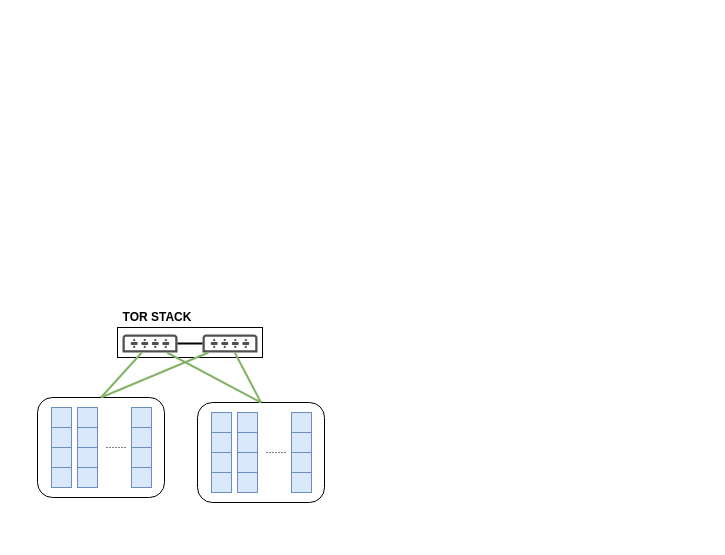
The draw.io diagram Cloud architecture.drawio in sugchand/drawio, before the edit. Source tidied: cells renumbered, new cells numbered last; positions are measured from the earlier drawing's top-left corner, leaving out a move shared by most shapes. Both pictures are drawn from the tidied source at 100%, with x=0, y=0 at pixel (37, 307).
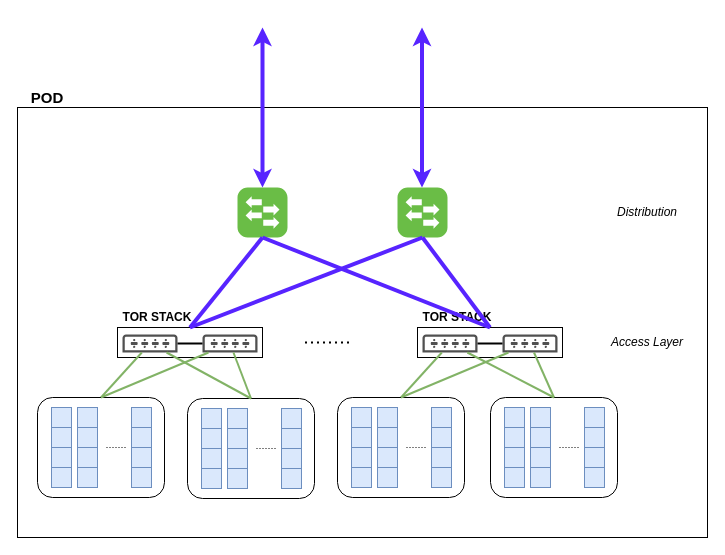
The same page after the edit.

Unchanged cells that the change refers to:
```xml
<mxCell id="3" style="rounded=0;whiteSpace=wrap;html=1;strokeColor=#000000;" parent="2" vertex="1">
  <mxGeometry width="145" height="30" as="geometry" />
</mxCell>
```

Diff of the diagram source:
```diff
@@
+    <mxCell id="50" style="rounded=0;whiteSpace=wrap;html=1;strokeColor=#000000;" parent="1" vertex="1">
+      <mxGeometry x="-20" y="-200" width="690" height="430" as="geometry" />
+    </mxCell>
@@
     <mxCell id="27" style="group;" parent="1" vertex="1">
-      <mxGeometry x="160" y="95" width="130" height="100" as="geometry" />
+      <mxGeometry x="150" y="91" width="130" height="100" as="geometry" />
     </mxCell>
@@
+    <mxCell id="51" style="group;" parent="1" vertex="1">
+      <mxGeometry x="380" y="20" width="145" height="30" as="geometry" />
+    </mxCell>
+    <mxCell id="52" style="rounded=0;whiteSpace=wrap;html=1;strokeColor=#000000;" parent="51" vertex="1">
+      <mxGeometry width="145" height="30" as="geometry" />
+    </mxCell>
+    <mxCell id="53" style="shadow=0;dashed=0;html=1;strokeColor=none;fillColor=#505050;labelPosition=center;verticalLabelPosition=bottom;verticalAlign=top;outlineConnect=0;align=center;shape=mxgraph.office.devices.switch;" parent="51" vertex="1">
+      <mxGeometry x="5" y="7" width="55" height="18" as="geometry" />
+    </mxCell>
+    <mxCell id="54" style="shadow=0;dashed=0;html=1;strokeColor=none;fillColor=#505050;labelPosition=center;verticalLabelPosition=bottom;verticalAlign=top;outlineConnect=0;align=center;shape=mxgraph.office.devices.switch;" parent="51" vertex="1">
+      <mxGeometry x="85" y="7" width="55" height="18" as="geometry" />
+    </mxCell>
+    <mxCell id="55" style="endArrow=none;html=1;strokeWidth=2;" parent="51" edge="1" source="53" target="54">
+      <mxGeometry relative="1" as="geometry" />
+    </mxCell>
+    <mxCell id="56" value="&lt;b&gt;TOR STACK&lt;/b&gt;" style="text;html=1;strokeColor=none;fillColor=none;align=center;verticalAlign=middle;whiteSpace=wrap;rounded=0;" parent="1" vertex="1">
+      <mxGeometry x="380" width="80" height="20" as="geometry" />
+    </mxCell>
+    <mxCell id="57" style="group;" parent="1" vertex="1">
+      <mxGeometry x="300" y="90" width="130" height="100" as="geometry" />
+    </mxCell>
+    <mxCell id="58" style="rounded=1;whiteSpace=wrap;html=1;strokeColor=#000000;" parent="57" vertex="1">
+      <mxGeometry width="127" height="100" as="geometry" />
+    </mxCell>
+    <mxCell id="59" style="group;" parent="57" vertex="1">
+      <mxGeometry x="14" y="10" width="116" height="90" as="geometry" />
+    </mxCell>
+    <mxCell id="60" style="group;" parent="59" vertex="1">
+      <mxGeometry width="20" height="80" as="geometry" />
+    </mxCell>
+    <mxCell id="61" style="whiteSpace=wrap;html=1;strokeColor=#6c8ebf;fillColor=#dae8fc;" parent="60" vertex="1">
+      <mxGeometry width="20" height="20" as="geometry" />
+    </mxCell>
+    <mxCell id="62" style="whiteSpace=wrap;html=1;strokeColor=#6c8ebf;fillColor=#dae8fc;" parent="60" vertex="1">
+      <mxGeometry y="20" width="20" height="20" as="geometry" />
+    </mxCell>
+    <mxCell id="63" style="whiteSpace=wrap;html=1;strokeColor=#6c8ebf;fillColor=#dae8fc;" parent="60" vertex="1">
+      <mxGeometry y="40" width="20" height="20" as="geometry" />
+    </mxCell>
+    <mxCell id="64" style="whiteSpace=wrap;html=1;strokeColor=#6c8ebf;fillColor=#dae8fc;" parent="60" vertex="1">
+      <mxGeometry y="60" width="20" height="20" as="geometry" />
+    </mxCell>
+    <mxCell id="65" style="group;" parent="59" vertex="1">
+      <mxGeometry x="26" width="90" height="90" as="geometry" />
+    </mxCell>
+    <mxCell id="66" style="whiteSpace=wrap;html=1;strokeColor=#6c8ebf;fillColor=#dae8fc;" parent="65" vertex="1">
+      <mxGeometry width="20" height="20" as="geometry" />
+    </mxCell>
+    <mxCell id="67" style="whiteSpace=wrap;html=1;strokeColor=#6c8ebf;fillColor=#dae8fc;" parent="65" vertex="1">
+      <mxGeometry y="20" width="20" height="20" as="geometry" />
+    </mxCell>
+    <mxCell id="68" style="whiteSpace=wrap;html=1;strokeColor=#6c8ebf;fillColor=#dae8fc;" parent="65" vertex="1">
+      <mxGeometry y="40" width="20" height="20" as="geometry" />
+    </mxCell>
+    <mxCell id="69" style="whiteSpace=wrap;html=1;strokeColor=#6c8ebf;fillColor=#dae8fc;" parent="65" vertex="1">
+      <mxGeometry y="60" width="20" height="20" as="geometry" />
+    </mxCell>
+    <mxCell id="70" style="endArrow=none;dashed=1;html=1;strokeWidth=1;dashPattern=1 2;" parent="59" edge="1">
+      <mxGeometry relative="1" as="geometry">
+        <mxPoint x="55" y="40" as="sourcePoint" />
+        <mxPoint x="75" y="40" as="targetPoint" />
+      </mxGeometry>
+    </mxCell>
+    <mxCell id="71" style="group;" parent="59" vertex="1">
+      <mxGeometry x="80" width="20" height="80" as="geometry" />
+    </mxCell>
+    <mxCell id="72" style="whiteSpace=wrap;html=1;strokeColor=#6c8ebf;fillColor=#dae8fc;" parent="71" vertex="1">
+      <mxGeometry width="20" height="20" as="geometry" />
+    </mxCell>
+    <mxCell id="73" style="whiteSpace=wrap;html=1;strokeColor=#6c8ebf;fillColor=#dae8fc;" parent="71" vertex="1">
+      <mxGeometry y="20" width="20" height="20" as="geometry" />
+    </mxCell>
+    <mxCell id="74" style="whiteSpace=wrap;html=1;strokeColor=#6c8ebf;fillColor=#dae8fc;" parent="71" vertex="1">
+      <mxGeometry y="40" width="20" height="20" as="geometry" />
+    </mxCell>
+    <mxCell id="75" style="whiteSpace=wrap;html=1;strokeColor=#6c8ebf;fillColor=#dae8fc;" parent="71" vertex="1">
+      <mxGeometry y="60" width="20" height="20" as="geometry" />
+    </mxCell>
+    <mxCell id="76" style="group;" parent="1" vertex="1">
+      <mxGeometry x="453" y="90" width="130" height="100" as="geometry" />
+    </mxCell>
+    <mxCell id="77" style="rounded=1;whiteSpace=wrap;html=1;strokeColor=#000000;" parent="76" vertex="1">
+      <mxGeometry width="127" height="100" as="geometry" />
+    </mxCell>
+    <mxCell id="78" style="group;" parent="76" vertex="1">
+      <mxGeometry x="14" y="10" width="116" height="90" as="geometry" />
+    </mxCell>
+    <mxCell id="79" style="group;" parent="78" vertex="1">
+      <mxGeometry width="20" height="80" as="geometry" />
+    </mxCell>
+    <mxCell id="80" style="whiteSpace=wrap;html=1;strokeColor=#6c8ebf;fillColor=#dae8fc;" parent="79" vertex="1">
+      <mxGeometry width="20" height="20" as="geometry" />
+    </mxCell>
+    <mxCell id="81" style="whiteSpace=wrap;html=1;strokeColor=#6c8ebf;fillColor=#dae8fc;" parent="79" vertex="1">
+      <mxGeometry y="20" width="20" height="20" as="geometry" />
+    </mxCell>
+    <mxCell id="82" style="whiteSpace=wrap;html=1;strokeColor=#6c8ebf;fillColor=#dae8fc;" parent="79" vertex="1">
+      <mxGeometry y="40" width="20" height="20" as="geometry" />
+    </mxCell>
+    <mxCell id="83" style="whiteSpace=wrap;html=1;strokeColor=#6c8ebf;fillColor=#dae8fc;" parent="79" vertex="1">
+      <mxGeometry y="60" width="20" height="20" as="geometry" />
+    </mxCell>
+    <mxCell id="84" style="group;" parent="78" vertex="1">
+      <mxGeometry x="26" width="90" height="90" as="geometry" />
+    </mxCell>
+    <mxCell id="85" style="whiteSpace=wrap;html=1;strokeColor=#6c8ebf;fillColor=#dae8fc;" parent="84" vertex="1">
+      <mxGeometry width="20" height="20" as="geometry" />
+    </mxCell>
+    <mxCell id="86" style="whiteSpace=wrap;html=1;strokeColor=#6c8ebf;fillColor=#dae8fc;" parent="84" vertex="1">
+      <mxGeometry y="20" width="20" height="20" as="geometry" />
+    </mxCell>
+    <mxCell id="87" style="whiteSpace=wrap;html=1;strokeColor=#6c8ebf;fillColor=#dae8fc;" parent="84" vertex="1">
+      <mxGeometry y="40" width="20" height="20" as="geometry" />
+    </mxCell>
+    <mxCell id="88" style="whiteSpace=wrap;html=1;strokeColor=#6c8ebf;fillColor=#dae8fc;" parent="84" vertex="1">
+      <mxGeometry y="60" width="20" height="20" as="geometry" />
+    </mxCell>
+    <mxCell id="89" style="endArrow=none;dashed=1;html=1;strokeWidth=1;dashPattern=1 2;" parent="78" edge="1">
+      <mxGeometry relative="1" as="geometry">
+        <mxPoint x="55" y="40" as="sourcePoint" />
+        <mxPoint x="75" y="40" as="targetPoint" />
+      </mxGeometry>
+    </mxCell>
+    <mxCell id="90" style="group;" parent="78" vertex="1">
+      <mxGeometry x="80" width="20" height="80" as="geometry" />
+    </mxCell>
+    <mxCell id="91" style="whiteSpace=wrap;html=1;strokeColor=#6c8ebf;fillColor=#dae8fc;" parent="90" vertex="1">
+      <mxGeometry width="20" height="20" as="geometry" />
+    </mxCell>
+    <mxCell id="92" style="whiteSpace=wrap;html=1;strokeColor=#6c8ebf;fillColor=#dae8fc;" parent="90" vertex="1">
+      <mxGeometry y="20" width="20" height="20" as="geometry" />
+    </mxCell>
+    <mxCell id="93" style="whiteSpace=wrap;html=1;strokeColor=#6c8ebf;fillColor=#dae8fc;" parent="90" vertex="1">
+      <mxGeometry y="40" width="20" height="20" as="geometry" />
+    </mxCell>
+    <mxCell id="94" style="whiteSpace=wrap;html=1;strokeColor=#6c8ebf;fillColor=#dae8fc;" parent="90" vertex="1">
+      <mxGeometry y="60" width="20" height="20" as="geometry" />
+    </mxCell>
+    <mxCell id="95" style="endArrow=none;html=1;strokeWidth=2;fillColor=#d5e8d4;strokeColor=#82b366;exitX=0.5;exitY=0;exitDx=0;exitDy=0;" parent="1" edge="1" source="58" target="53">
+      <mxGeometry relative="1" as="geometry" />
+    </mxCell>
+    <mxCell id="96" style="endArrow=none;html=1;strokeWidth=2;fillColor=#d5e8d4;strokeColor=#82b366;exitX=0.5;exitY=0;exitDx=0;exitDy=0;" parent="1" edge="1" source="58" target="54">
+      <mxGeometry relative="1" as="geometry" />
+    </mxCell>
+    <mxCell id="97" style="endArrow=none;html=1;strokeWidth=2;fillColor=#d5e8d4;strokeColor=#82b366;exitX=0.5;exitY=0;exitDx=0;exitDy=0;" parent="1" edge="1" source="77" target="53">
+      <mxGeometry relative="1" as="geometry" />
+    </mxCell>
+    <mxCell id="98" style="endArrow=none;html=1;strokeWidth=2;fillColor=#d5e8d4;strokeColor=#82b366;exitX=0.5;exitY=0;exitDx=0;exitDy=0;" parent="1" edge="1" source="77" target="54">
+      <mxGeometry relative="1" as="geometry" />
+    </mxCell>
+    <mxCell id="99" value="&lt;i&gt;Access Layer&lt;/i&gt;" style="text;html=1;strokeColor=none;fillColor=none;align=center;verticalAlign=middle;whiteSpace=wrap;rounded=0;" parent="1" vertex="1">
+      <mxGeometry x="570" y="25" width="80" height="20" as="geometry" />
+    </mxCell>
+    <mxCell id="100" style="verticalLabelPosition=bottom;html=1;fillColor=#6ABD46;verticalAlign=top;align=center;points=[[0.06,0.06,0],[0.94,0.06,0],[0.94,0.94,0],[0.06,0.94,0],[0.25,0,0],[0.5,0,0],[0.75,0,0],[1,0.25,0],[1,0.5,0],[1,0.75,0],[0.75,1,0],[0.5,1,0],[0.25,1,0],[0,0.75,0],[0,0.5,0],[0,0.25,0]];shape=mxgraph.cisco_safe.architecture.switch;strokeColor=#000000;" parent="1" vertex="1">
+      <mxGeometry x="200" y="-120" width="50" height="50" as="geometry" />
+    </mxCell>
+    <mxCell id="101" style="verticalLabelPosition=bottom;html=1;fillColor=#6ABD46;verticalAlign=top;align=center;points=[[0.06,0.06,0],[0.94,0.06,0],[0.94,0.94,0],[0.06,0.94,0],[0.25,0,0],[0.5,0,0],[0.75,0,0],[1,0.25,0],[1,0.5,0],[1,0.75,0],[0.75,1,0],[0.5,1,0],[0.25,1,0],[0,0.75,0],[0,0.5,0],[0,0.25,0]];shape=mxgraph.cisco_safe.architecture.switch;strokeColor=#000000;" parent="1" vertex="1">
+      <mxGeometry x="360" y="-120" width="50" height="50" as="geometry" />
+    </mxCell>
+    <mxCell id="102" style="endArrow=none;dashed=1;html=1;strokeWidth=2;dashPattern=1 2;" parent="1" edge="1">
+      <mxGeometry relative="1" as="geometry">
+        <mxPoint x="267.5" y="35" as="sourcePoint" />
+        <mxPoint x="312.5" y="35" as="targetPoint" />
+      </mxGeometry>
+    </mxCell>
+    <mxCell id="103" value="&lt;i&gt;Distribution&lt;/i&gt;" style="text;html=1;strokeColor=none;fillColor=none;align=center;verticalAlign=middle;whiteSpace=wrap;rounded=0;" parent="1" vertex="1">
+      <mxGeometry x="570" y="-105" width="80" height="20" as="geometry" />
+    </mxCell>
+    <mxCell id="104" style="endArrow=none;html=1;strokeWidth=4;entryX=0.5;entryY=1;entryDx=0;entryDy=0;entryPerimeter=0;strokeColor=#5724FF;exitX=0.5;exitY=0;exitDx=0;exitDy=0;" parent="1" edge="1" source="3" target="100">
+      <mxGeometry relative="1" as="geometry" />
+    </mxCell>
+    <mxCell id="105" style="endArrow=none;html=1;strokeWidth=4;entryX=0.5;entryY=1;entryDx=0;entryDy=0;entryPerimeter=0;strokeColor=#5724FF;exitX=0.5;exitY=0;exitDx=0;exitDy=0;" parent="1" edge="1" source="3" target="101">
+      <mxGeometry relative="1" as="geometry" />
+    </mxCell>
+    <mxCell id="106" style="endArrow=none;html=1;strokeWidth=4;entryX=0.5;entryY=1;entryDx=0;entryDy=0;entryPerimeter=0;strokeColor=#5724FF;exitX=0.5;exitY=0;exitDx=0;exitDy=0;" parent="1" edge="1" source="52" target="100">
+      <mxGeometry relative="1" as="geometry" />
+    </mxCell>
+    <mxCell id="107" style="endArrow=none;html=1;strokeWidth=4;entryX=0.5;entryY=1;entryDx=0;entryDy=0;entryPerimeter=0;strokeColor=#5724FF;exitX=0.5;exitY=0;exitDx=0;exitDy=0;" parent="1" edge="1" source="52" target="101">
+      <mxGeometry relative="1" as="geometry" />
+    </mxCell>
+    <mxCell id="108" value="&lt;font style=&quot;font-size: 15px&quot;&gt;&lt;b&gt;POD&lt;/b&gt;&lt;/font&gt;" style="text;html=1;strokeColor=none;fillColor=none;align=center;verticalAlign=middle;whiteSpace=wrap;rounded=0;" parent="1" vertex="1">
+      <mxGeometry x="-20" y="-220" width="60" height="20" as="geometry" />
+    </mxCell>
+    <mxCell id="109" style="endArrow=classic;startArrow=classic;html=1;strokeColor=#5724FF;strokeWidth=4;entryX=0.5;entryY=0;entryDx=0;entryDy=0;entryPerimeter=0;" parent="1" edge="1" target="100">
+      <mxGeometry relative="1" as="geometry">
+        <mxPoint x="225" y="-280" as="sourcePoint" />
+      </mxGeometry>
+    </mxCell>
+    <mxCell id="110" style="endArrow=classic;startArrow=classic;html=1;strokeColor=#5724FF;strokeWidth=4;entryX=0.5;entryY=0;entryDx=0;entryDy=0;entryPerimeter=0;" parent="1" edge="1">
+      <mxGeometry relative="1" as="geometry">
+        <mxPoint x="384.5" y="-280" as="sourcePoint" />
+        <mxPoint x="384.5" y="-120" as="targetPoint" />
+      </mxGeometry>
+    </mxCell>
```
